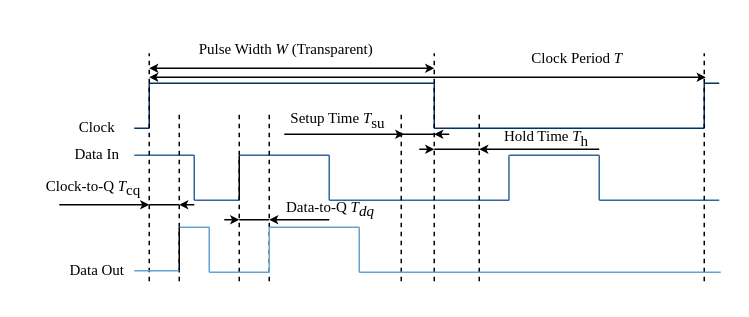
Before: latchPara.drawio in kxzhu0505/TIRL, a draw.io diagram. Source tidied: cells renumbered, new cells numbered last; positions are measured from the earlier drawing's top-left corner, leaving out a move shared by most shapes. Both pictures are drawn from the tidied source at 150%, with x=0, y=0 at pixel (26, 26).
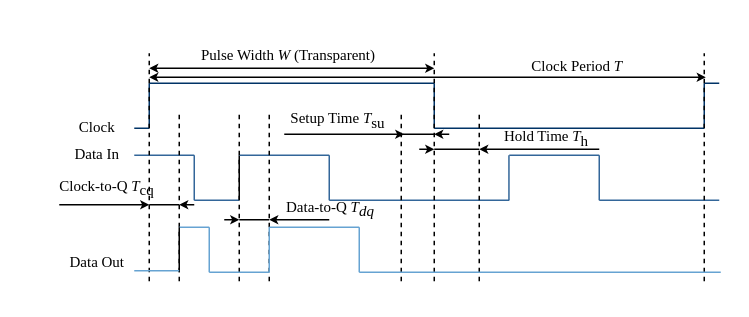
The same diagram, later.

Change to the diagram source:
```diff
@@
     <mxCell id="55" value="&lt;font style=&quot;font-size: 10px;&quot;&gt;Data Out&lt;/font&gt;" style="text;html=1;align=center;verticalAlign=middle;strokeColor=none;fillColor=none;fontFamily=Times New Roman;fontSize=10;" parent="1" vertex="1">
-      <mxGeometry x="12" y="147" width="70" height="30" as="geometry" />
+      <mxGeometry x="12" y="142" width="70" height="30" as="geometry" />
     </mxCell>
-    <mxCell id="56" value="&lt;font style=&quot;&quot;&gt;Pulse Width &lt;i style=&quot;font-size: 10px;&quot;&gt;W &lt;/i&gt;(Transparent)&lt;/font&gt;" style="text;html=1;align=center;verticalAlign=middle;strokeColor=none;fillColor=none;fontFamily=Times New Roman;fontSize=10;" parent="1" vertex="1">
-      <mxGeometry x="103" width="140" height="30" as="geometry" />
-    </mxCell>
     <mxCell id="57" value="Clock Period &lt;i style=&quot;font-size: 10px;&quot;&gt;T&lt;/i&gt;" style="text;html=1;align=center;verticalAlign=middle;strokeColor=none;fillColor=none;fontFamily=Times New Roman;fontSize=10;" parent="1" vertex="1">
-      <mxGeometry x="317" y="6" width="100" height="30" as="geometry" />
+      <mxGeometry x="317" y="11" width="100" height="30" as="geometry" />
     </mxCell>
@@
     <mxCell id="59" value="&lt;font face=&quot;Times New Roman&quot; style=&quot;font-size: 10px;&quot;&gt;Clock-to-Q &lt;span style=&quot;font-size: 10px;&quot;&gt;&lt;i&gt;T&lt;/i&gt;&lt;sub style=&quot;font-size: 10px;&quot;&gt;cq&lt;/sub&gt;&lt;/span&gt;&lt;/font&gt;" style="text;html=1;strokeColor=none;fillColor=none;align=center;verticalAlign=middle;whiteSpace=wrap;rounded=0;fontSize=10;" parent="1" vertex="1">
-      <mxGeometry y="93" width="90" height="30" as="geometry" />
+      <mxGeometry x="19" y="93" width="70" height="30" as="geometry" />
     </mxCell>
+    <mxCell id="56" value="&lt;span style=&quot;font-family: &amp;quot;Times New Roman&amp;quot;; text-wrap-mode: nowrap;&quot;&gt;Pulse Width&amp;nbsp;&lt;/span&gt;&lt;i style=&quot;font-family: &amp;quot;Times New Roman&amp;quot;; text-wrap-mode: nowrap;&quot;&gt;W&amp;nbsp;&lt;/i&gt;&lt;span style=&quot;font-family: &amp;quot;Times New Roman&amp;quot;; text-wrap-mode: nowrap;&quot;&gt;(Transparent)&lt;/span&gt;" style="text;html=1;strokeColor=none;fillColor=none;align=center;verticalAlign=middle;whiteSpace=wrap;rounded=0;fontSize=10;" parent="1" vertex="1">
+      <mxGeometry x="140" y="11" width="70" height="16" as="geometry" />
+    </mxCell>
```
